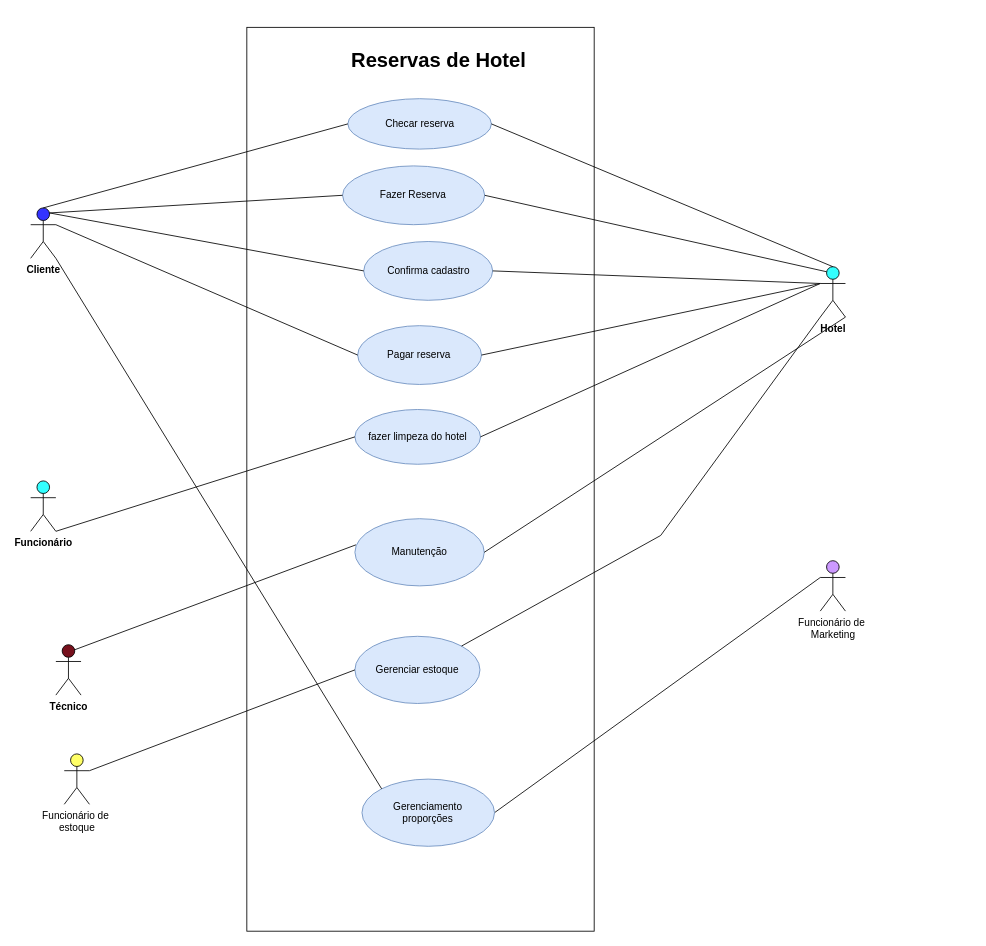
Before: page "Página-3" (3 of 5) of Diagrama sem nome.drawio in jkkauany/diagramaderequisitos, a draw.io diagram. Source tidied: cells renumbered, new cells numbered last; positions are measured from the earlier drawing's top-left corner, leaving out a move shared by most shapes. Both pictures are drawn from the tidied source at 84%, with x=0, y=0 at pixel (-32, 48).
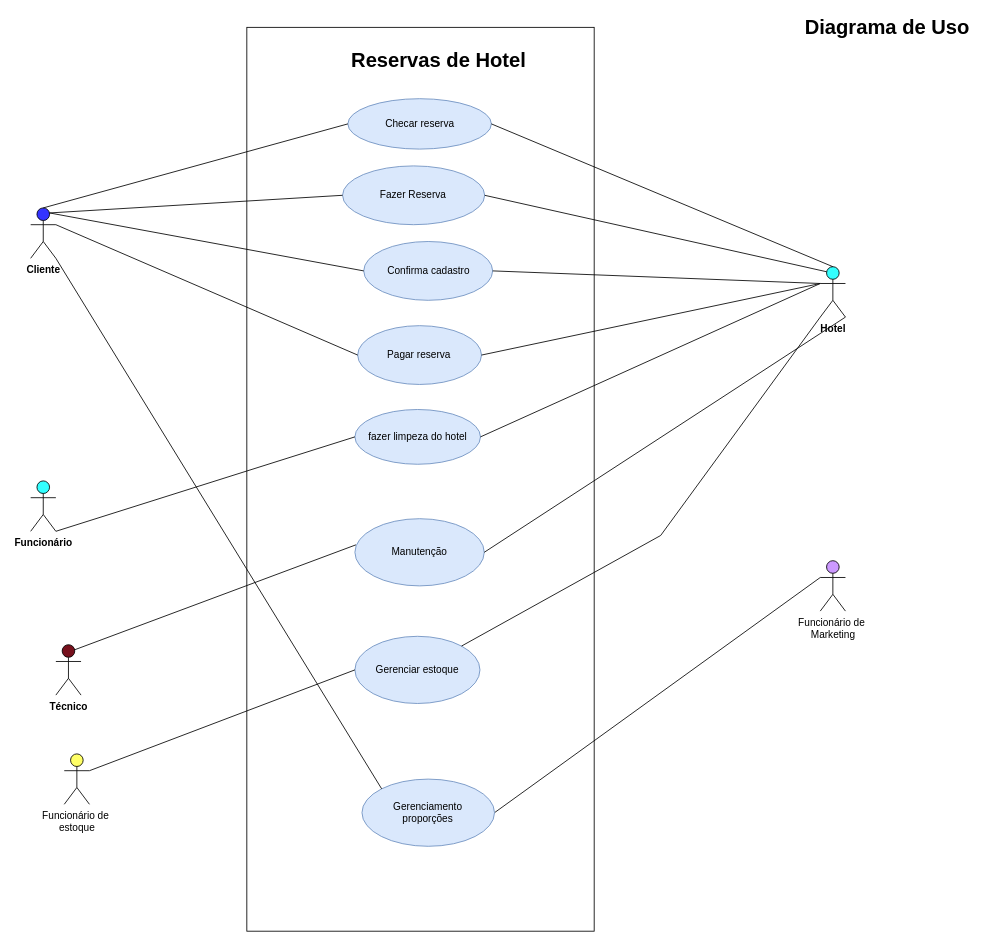
The same page after the edit.

The edit, as a diff of the source:
```diff
@@
+    <mxCell id="34" value="&lt;b&gt;&lt;font style=&quot;font-size: 24px;&quot;&gt;Diagrama de Uso&lt;/font&gt;&lt;/b&gt;" style="text;html=1;align=center;verticalAlign=middle;whiteSpace=wrap;rounded=0;" parent="1" vertex="1">
+      <mxGeometry x="994" y="-40" width="200" height="30" as="geometry" />
+    </mxCell>
```
